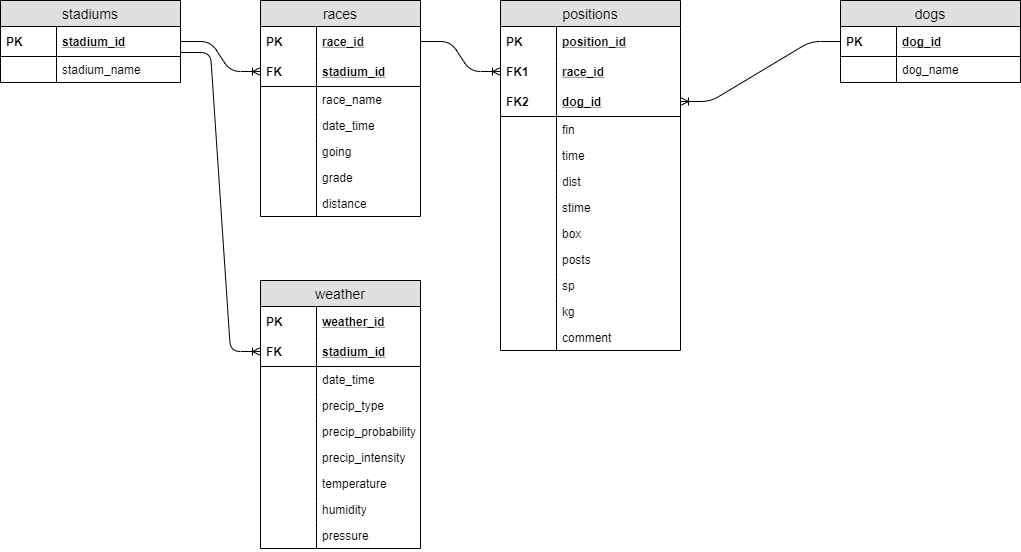
Earlier version of the draw.io export database/greyound.png (tonyjward/dogs). Source tidied: cells renumbered, new cells last; positions are measured from the earlier drawing's top-left corner, leaving out a move shared by most shapes.
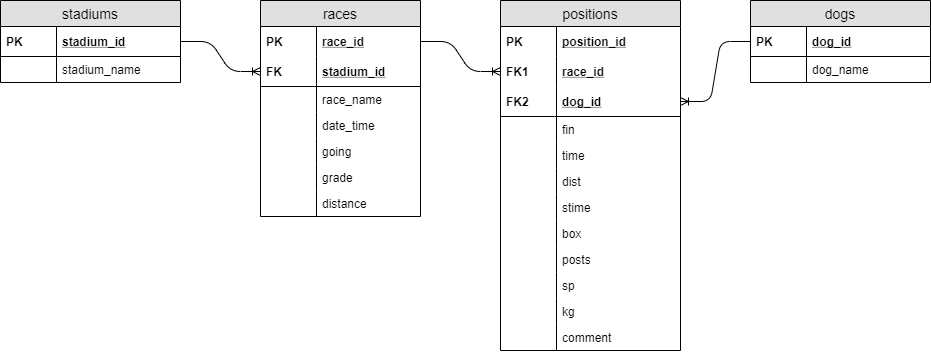
The same diagram one commit later.

What changed in the source:
```diff
@@ -23,21 +23,6 @@
     <mxCell id="6" style="edgeStyle=entityRelationEdgeStyle;fontSize=12;html=1;endArrow=ERoneToMany;" parent="1" edge="1" source="18" target="35">
       <mxGeometry relative="1" as="geometry" />
     </mxCell>
-    <mxCell id="7" value="dogs" style="swimlane;fontStyle=0;horizontal=1;startSize=26;fillColor=#e0e0e0;swimlaneFillColor=#ffffff;align=center;fontSize=14;" parent="1" vertex="1">
-      <mxGeometry x="840" width="180" height="82" as="geometry" />
-    </mxCell>
-    <mxCell id="8" value="dog_id" style="shape=partialRectangle;top=0;left=0;right=0;bottom=1;align=left;verticalAlign=middle;fillColor=none;spacingLeft=60;spacingRight=4;overflow=hidden;points=[[0,0.5],[1,0.5]];portConstraint=eastwest;fontStyle=5;fontSize=12;" parent="7" vertex="1">
-      <mxGeometry y="26" width="180" height="30" as="geometry" />
-    </mxCell>
-    <mxCell id="9" value="PK" style="shape=partialRectangle;fontStyle=1;top=0;left=0;bottom=0;fillColor=none;align=left;verticalAlign=middle;spacingLeft=4;spacingRight=4;overflow=hidden;fontSize=12;" parent="8" vertex="1">
-      <mxGeometry width="56" height="30" as="geometry" />
-    </mxCell>
-    <mxCell id="10" value="dog_name" style="shape=partialRectangle;top=0;left=0;right=0;bottom=0;align=left;verticalAlign=top;fillColor=none;spacingLeft=60;spacingRight=4;overflow=hidden;fontSize=12;" parent="7" vertex="1">
-      <mxGeometry y="56" width="180" height="26" as="geometry" />
-    </mxCell>
-    <mxCell id="11" style="shape=partialRectangle;top=0;left=0;bottom=0;fillColor=none;align=left;verticalAlign=top;spacingLeft=4;spacingRight=4;overflow=hidden;fontSize=12;" parent="10" vertex="1">
-      <mxGeometry width="56" height="26" as="geometry" />
-    </mxCell>
     <mxCell id="12" value="stadiums" style="swimlane;fontStyle=0;horizontal=1;startSize=26;fillColor=#e0e0e0;swimlaneFillColor=#ffffff;align=center;fontSize=14;" parent="1" vertex="1">
       <mxGeometry width="180" height="82" as="geometry" />
     </mxCell>
@@ -173,67 +158,20 @@
     <mxCell id="56" style="shape=partialRectangle;top=0;left=0;bottom=0;fillColor=none;align=left;verticalAlign=top;spacingLeft=4;spacingRight=4;overflow=hidden;fontSize=12;" parent="55" vertex="1">
       <mxGeometry width="56" height="26" as="geometry" />
     </mxCell>
-    <mxCell id="57" style="edgeStyle=entityRelationEdgeStyle;fontSize=12;html=1;endArrow=ERoneToMany;exitX=1;exitY=0.5;exitDx=0;exitDy=0;entryX=0;entryY=0.5;entryDx=0;entryDy=0;" parent="1" edge="1" target="61">
-      <mxGeometry relative="1" as="geometry">
-        <mxPoint x="180" y="52" as="sourcePoint" />
-      </mxGeometry>
-    </mxCell>
-    <mxCell id="58" value="weather" style="swimlane;fontStyle=0;horizontal=1;startSize=26;fillColor=#e0e0e0;swimlaneFillColor=#ffffff;align=center;fontSize=14;" parent="1" vertex="1">
-      <mxGeometry x="260" y="280" width="160" height="268" as="geometry" />
-    </mxCell>
-    <mxCell id="59" value="weather_id" style="shape=partialRectangle;top=0;left=0;right=0;bottom=0;align=left;verticalAlign=middle;fillColor=none;spacingLeft=60;spacingRight=4;overflow=hidden;fontStyle=5;fontSize=12;" parent="58" vertex="1">
-      <mxGeometry y="26" width="160" height="30" as="geometry" />
-    </mxCell>
-    <mxCell id="60" value="PK" style="shape=partialRectangle;fontStyle=1;top=0;left=0;bottom=0;fillColor=none;align=left;verticalAlign=middle;spacingLeft=4;spacingRight=4;overflow=hidden;fontSize=12;" parent="59" vertex="1">
-      <mxGeometry width="56" height="30" as="geometry" />
-    </mxCell>
-    <mxCell id="61" value="stadium_id" style="shape=partialRectangle;top=0;left=0;right=0;bottom=1;align=left;verticalAlign=middle;fillColor=none;spacingLeft=60;spacingRight=4;overflow=hidden;points=[[0,0.5],[1,0.5]];portConstraint=eastwest;fontStyle=5;fontSize=12;" parent="58" vertex="1">
-      <mxGeometry y="56" width="160" height="30" as="geometry" />
-    </mxCell>
-    <mxCell id="62" value="FK" style="shape=partialRectangle;fontStyle=1;top=0;left=0;bottom=0;fillColor=none;align=left;verticalAlign=middle;spacingLeft=4;spacingRight=4;overflow=hidden;fontSize=12;" parent="61" vertex="1">
-      <mxGeometry width="56" height="30" as="geometry" />
-    </mxCell>
-    <mxCell id="63" value="date_time&#10;" style="shape=partialRectangle;top=0;left=0;right=0;bottom=0;align=left;verticalAlign=top;fillColor=none;spacingLeft=60;spacingRight=4;overflow=hidden;fontSize=12;" parent="58" vertex="1">
-      <mxGeometry y="86" width="160" height="26" as="geometry" />
-    </mxCell>
-    <mxCell id="64" style="shape=partialRectangle;top=0;left=0;bottom=0;fillColor=none;align=left;verticalAlign=top;spacingLeft=4;spacingRight=4;overflow=hidden;fontSize=12;" parent="63" vertex="1">
-      <mxGeometry width="56" height="26" as="geometry" />
-    </mxCell>
-    <mxCell id="65" value="precip_type" style="shape=partialRectangle;top=0;left=0;right=0;bottom=0;align=left;verticalAlign=top;fillColor=none;spacingLeft=60;spacingRight=4;overflow=hidden;fontSize=12;" parent="58" vertex="1">
-      <mxGeometry y="112" width="160" height="26" as="geometry" />
-    </mxCell>
-    <mxCell id="66" style="shape=partialRectangle;top=0;left=0;bottom=0;fillColor=none;align=left;verticalAlign=top;spacingLeft=4;spacingRight=4;overflow=hidden;fontSize=12;" parent="65" vertex="1">
-      <mxGeometry width="56" height="26" as="geometry" />
-    </mxCell>
-    <mxCell id="67" value="precip_probability" style="shape=partialRectangle;top=0;left=0;right=0;bottom=0;align=left;verticalAlign=top;fillColor=none;spacingLeft=60;spacingRight=4;overflow=hidden;fontSize=12;" parent="58" vertex="1">
-      <mxGeometry y="138" width="160" height="26" as="geometry" />
-    </mxCell>
-    <mxCell id="68" style="shape=partialRectangle;top=0;left=0;bottom=0;fillColor=none;align=left;verticalAlign=top;spacingLeft=4;spacingRight=4;overflow=hidden;fontSize=12;" parent="67" vertex="1">
-      <mxGeometry width="56" height="26" as="geometry" />
-    </mxCell>
-    <mxCell id="69" value="precip_intensity" style="shape=partialRectangle;top=0;left=0;right=0;bottom=0;align=left;verticalAlign=top;fillColor=none;spacingLeft=60;spacingRight=4;overflow=hidden;fontSize=12;" parent="58" vertex="1">
-      <mxGeometry y="164" width="160" height="26" as="geometry" />
-    </mxCell>
-    <mxCell id="70" style="shape=partialRectangle;top=0;left=0;bottom=0;fillColor=none;align=left;verticalAlign=top;spacingLeft=4;spacingRight=4;overflow=hidden;fontSize=12;" parent="69" vertex="1">
-      <mxGeometry width="56" height="26" as="geometry" />
-    </mxCell>
-    <mxCell id="71" value="temperature" style="shape=partialRectangle;top=0;left=0;right=0;bottom=0;align=left;verticalAlign=top;fillColor=none;spacingLeft=60;spacingRight=4;overflow=hidden;fontSize=12;" parent="58" vertex="1">
-      <mxGeometry y="190" width="160" height="26" as="geometry" />
-    </mxCell>
-    <mxCell id="72" style="shape=partialRectangle;top=0;left=0;bottom=0;fillColor=none;align=left;verticalAlign=top;spacingLeft=4;spacingRight=4;overflow=hidden;fontSize=12;" parent="71" vertex="1">
-      <mxGeometry width="56" height="26" as="geometry" />
-    </mxCell>
-    <mxCell id="73" value="humidity" style="shape=partialRectangle;top=0;left=0;right=0;bottom=0;align=left;verticalAlign=top;fillColor=none;spacingLeft=60;spacingRight=4;overflow=hidden;fontSize=12;" parent="58" vertex="1">
-      <mxGeometry y="216" width="160" height="26" as="geometry" />
-    </mxCell>
-    <mxCell id="74" style="shape=partialRectangle;top=0;left=0;bottom=0;fillColor=none;align=left;verticalAlign=top;spacingLeft=4;spacingRight=4;overflow=hidden;fontSize=12;" parent="73" vertex="1">
-      <mxGeometry width="56" height="26" as="geometry" />
-    </mxCell>
-    <mxCell id="75" value="pressure&#10;" style="shape=partialRectangle;top=0;left=0;right=0;bottom=0;align=left;verticalAlign=top;fillColor=none;spacingLeft=60;spacingRight=4;overflow=hidden;fontSize=12;" parent="58" vertex="1">
-      <mxGeometry y="242" width="160" height="26" as="geometry" />
-    </mxCell>
-    <mxCell id="76" style="shape=partialRectangle;top=0;left=0;bottom=0;fillColor=none;align=left;verticalAlign=top;spacingLeft=4;spacingRight=4;overflow=hidden;fontSize=12;" parent="75" vertex="1">
-      <mxGeometry width="56" height="26" as="geometry" />
-    </mxCell>
+    <mxCell id="7" value="dogs" style="swimlane;fontStyle=0;horizontal=1;startSize=26;fillColor=#e0e0e0;swimlaneFillColor=#ffffff;align=center;fontSize=14;" parent="1" vertex="1">
+      <mxGeometry x="750" width="180" height="82" as="geometry" />
+    </mxCell>
+    <mxCell id="8" value="dog_id" style="shape=partialRectangle;top=0;left=0;right=0;bottom=1;align=left;verticalAlign=middle;fillColor=none;spacingLeft=60;spacingRight=4;overflow=hidden;points=[[0,0.5],[1,0.5]];portConstraint=eastwest;fontStyle=5;fontSize=12;" parent="7" vertex="1">
+      <mxGeometry y="26" width="180" height="30" as="geometry" />
+    </mxCell>
+    <mxCell id="9" value="PK" style="shape=partialRectangle;fontStyle=1;top=0;left=0;bottom=0;fillColor=none;align=left;verticalAlign=middle;spacingLeft=4;spacingRight=4;overflow=hidden;fontSize=12;" parent="8" vertex="1">
+      <mxGeometry width="56" height="30" as="geometry" />
+    </mxCell>
+    <mxCell id="10" value="dog_name" style="shape=partialRectangle;top=0;left=0;right=0;bottom=0;align=left;verticalAlign=top;fillColor=none;spacingLeft=60;spacingRight=4;overflow=hidden;fontSize=12;" parent="7" vertex="1">
+      <mxGeometry y="56" width="180" height="26" as="geometry" />
+    </mxCell>
+    <mxCell id="11" style="shape=partialRectangle;top=0;left=0;bottom=0;fillColor=none;align=left;verticalAlign=top;spacingLeft=4;spacingRight=4;overflow=hidden;fontSize=12;" parent="10" vertex="1">
+      <mxGeometry width="56" height="26" as="geometry" />
+    </mxCell>
   </root>
 </mxGraphModel>
```
